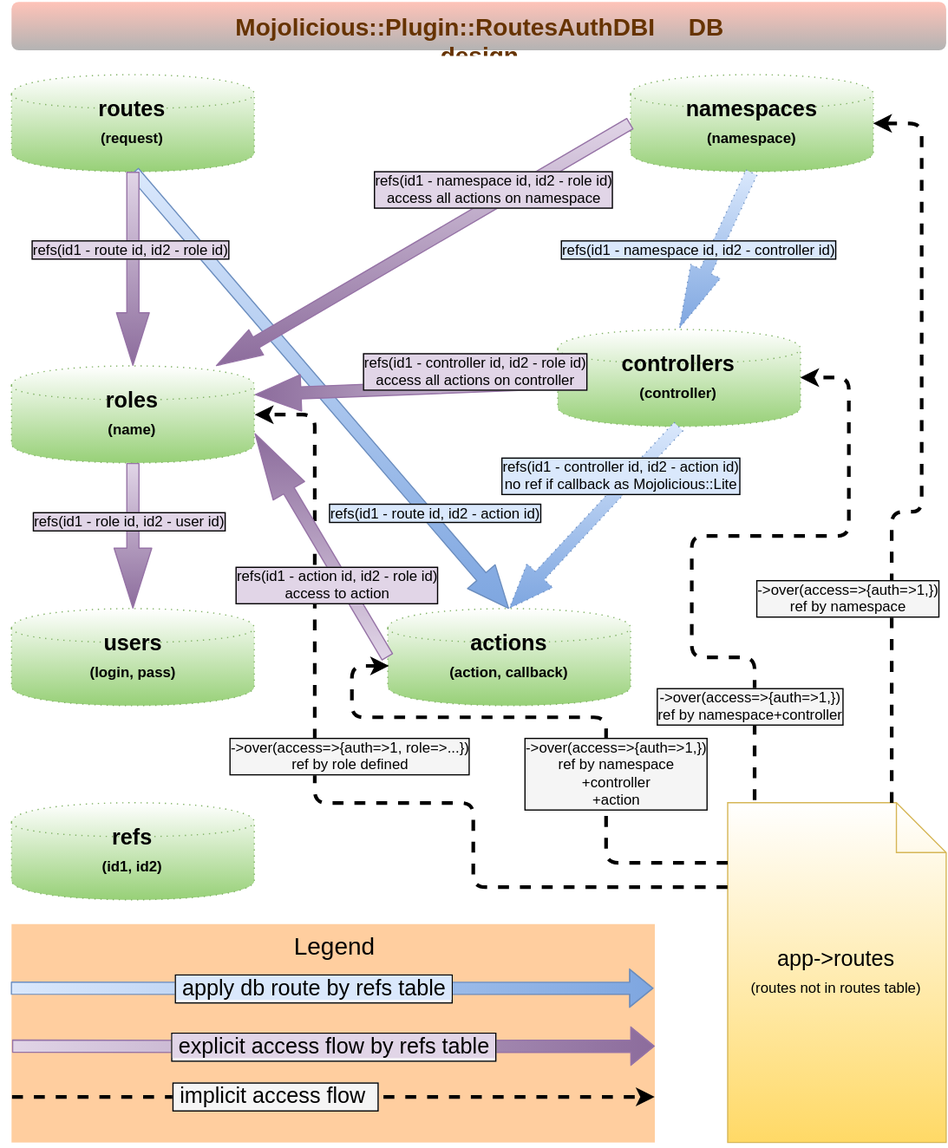
The draw.io diagram Diagram.svg in mche/Mojolicious-Plugin-RoutesAuthDBI, before a commit. Source tidied: cells renumbered, new cells last; positions are measured from the earlier drawing's top-left corner, leaving out a move shared by most shapes.
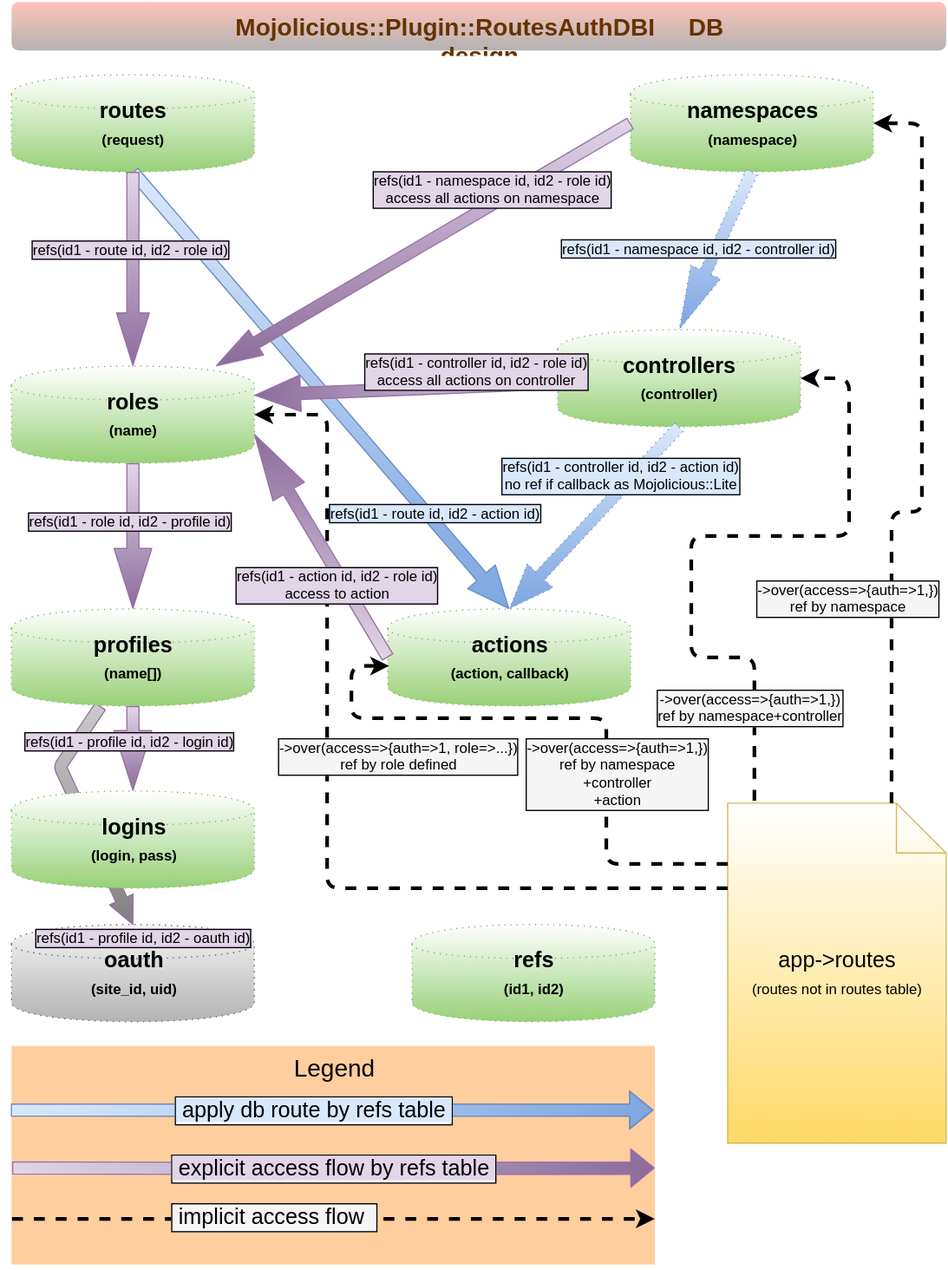
The same diagram one commit later.

What changed in the source:
```diff
@@ -2,6 +2,21 @@
   <root>
     <mxCell id="0" />
     <mxCell id="1" parent="0" />
+    <mxCell id="42" value="oauth&lt;div&gt;&lt;font style=&quot;font-size: 12px&quot;&gt;(site_id, uid)&lt;/font&gt;&lt;/div&gt;" style="shape=cylinder;whiteSpace=wrap;html=1;fontStyle=1;fontSize=18;dashed=1;dashPattern=1 4;plain-gray;" parent="1" vertex="1">
+      <mxGeometry x="1" y="760" width="200" height="80" as="geometry" />
+    </mxCell>
+    <mxCell id="43" style="endArrow=classic;html=1;plain-purple;endWidth=10;entryX=0.5;entryY=0;fillColor=#CCCCCC;gradientColor=#808080;shape=flexArrow;strokeWidth=1;endSize=7.04;" parent="1" edge="1" source="16" target="42">
+      <mxGeometry relative="1" as="geometry">
+        <Array as="points">
+          <mxPoint x="41" y="630" />
+        </Array>
+      </mxGeometry>
+    </mxCell>
+    <mxCell id="44" value="refs(id1 - profile id, id2 - oauth&lt;span style=&quot;line-height: 1.2&quot;&gt;&amp;nbsp;id&lt;/span&gt;&lt;span style=&quot;line-height: 1.2&quot;&gt;)&lt;/span&gt;" style="text;html=1;align=center;verticalAlign=middle;labelBackgroundColor=#E1D5E7;direction=south;rotation=0;labelBorderColor=#000000;" parent="43" vertex="1">
+      <mxGeometry x="-0.21" y="-1" relative="1" as="geometry">
+        <mxPoint x="63" y="122" as="offset" />
+      </mxGeometry>
+    </mxCell>
     <mxCell id="2" style="endArrow=classic;html=1;fontSize=18;entryX=1;entryY=0.5;dashed=1;edgeStyle=orthogonalEdgeStyle;strokeWidth=3;rounded=1;exitX=0.122;exitY=-0.007;exitPerimeter=0;" parent="1" edge="1" source="19" target="4">
       <mxGeometry relative="1" as="geometry">
         <Array as="points">
@@ -60,13 +75,13 @@
         <mxPoint x="33" y="3" as="offset" />
       </mxGeometry>
     </mxCell>
-    <mxCell id="16" value="users&lt;div&gt;&lt;font style=&quot;font-size: 12px&quot;&gt;(login, pass)&lt;/font&gt;&lt;/div&gt;" style="shape=cylinder;whiteSpace=wrap;html=1;plain-green;fontStyle=1;fontSize=18;dashed=1;dashPattern=1 4;fillColor=#FFFFFF;" parent="1" vertex="1">
+    <mxCell id="16" value="profiles&lt;div&gt;&lt;font style=&quot;font-size: 12px&quot;&gt;(name[])&lt;/font&gt;&lt;/div&gt;" style="shape=cylinder;whiteSpace=wrap;html=1;plain-green;fontStyle=1;fontSize=18;dashed=1;dashPattern=1 4;fillColor=#FFFFFF;" parent="1" vertex="1">
       <mxGeometry x="1" y="500" width="200" height="80" as="geometry" />
     </mxCell>
     <mxCell id="17" style="endArrow=classic;html=1;shape=flexArrow;plain-purple;endWidth=20;endSize=16.08;" parent="1" edge="1" source="10" target="16">
       <mxGeometry relative="1" as="geometry" />
     </mxCell>
-    <mxCell id="18" value="refs(id1 - role id, id2 - user id&lt;span style=&quot;line-height: 1.2&quot;&gt;)&lt;/span&gt;" style="text;html=1;align=center;verticalAlign=middle;labelBackgroundColor=#E1D5E7;direction=south;rotation=0;labelBorderColor=#000000;" parent="17" vertex="1">
+    <mxCell id="18" value="refs(id1 - role id, id2 - profile&lt;span style=&quot;line-height: 1.2&quot;&gt;&amp;nbsp;id&lt;/span&gt;&lt;span style=&quot;line-height: 1.2&quot;&gt;)&lt;/span&gt;" style="text;html=1;align=center;verticalAlign=middle;labelBackgroundColor=#E1D5E7;direction=south;rotation=0;labelBorderColor=#000000;" parent="17" vertex="1">
       <mxGeometry x="-0.21" y="-1" relative="1" as="geometry" />
     </mxCell>
     <mxCell id="19" value="app-&amp;gt;routes&lt;div&gt;&lt;font style=&quot;font-size: 12px&quot;&gt;(routes not in routes table)&lt;/font&gt;&lt;/div&gt;" style="shape=note;whiteSpace=wrap;html=1;fontSize=18;plain-yellow;size=41;fillColor=#FFFFFF;shadow=0;comic=0;" parent="1" vertex="1">
@@ -76,44 +91,42 @@
       <mxGeometry relative="1" as="geometry">
         <mxPoint x="591" y="730" as="sourcePoint" />
         <Array as="points">
-          <mxPoint x="381" y="730" />
-          <mxPoint x="381" y="660" />
-          <mxPoint x="251" y="660" />
-          <mxPoint x="251" y="340" />
+          <mxPoint x="261" y="730" />
+          <mxPoint x="261" y="340" />
         </Array>
       </mxGeometry>
     </mxCell>
     <mxCell id="21" value="-&amp;gt;over(access=&amp;gt;{auth=&amp;gt;1, role=&amp;gt;...})&lt;div&gt;ref by role defined&lt;/div&gt;" style="text;html=1;align=center;verticalAlign=middle;labelBackgroundColor=#F5F5F5;fontSize=12;labelBorderColor=#000000;" parent="20" vertex="1">
       <mxGeometry x="-0.25" y="7" relative="1" as="geometry">
-        <mxPoint x="-86" y="-47" as="offset" />
+        <mxPoint x="24" y="-117" as="offset" />
       </mxGeometry>
     </mxCell>
     <mxCell id="22" value="&lt;font style=&quot;font-size: 20px&quot;&gt;Legend&lt;/font&gt;&lt;div style=&quot;text-align: left&quot;&gt;&lt;br&gt;&lt;/div&gt;" style="text;html=1;strokeColor=none;fillColor=#FFCE9F;align=center;verticalAlign=top;whiteSpace=wrap;overflow=hidden;fontSize=14;labelBorderColor=none;shadow=0;rounded=0;glass=0;" parent="1" vertex="1">
-      <mxGeometry x="1" y="760" width="530" height="180" as="geometry" />
+      <mxGeometry x="1" y="860" width="530" height="180" as="geometry" />
     </mxCell>
     <mxCell id="23" value="&lt;span style=&quot;background-color: rgb(218 , 232 , 252)&quot;&gt;&amp;nbsp;apply db route by refs table&amp;nbsp;&lt;/span&gt;" style="endArrow=classic;html=1;shape=flexArrow;entryX=1;entryY=0.25;plain-blue;exitX=0;exitY=0.25;labelBorderColor=#000000;fontSize=18;align=center;gradientDirection=east;" parent="1" edge="1">
       <mxGeometry y="15" relative="1" as="geometry">
-        <mxPoint x="0.4" y="812.8" as="sourcePoint" />
-        <mxPoint x="529.8" y="812.8" as="targetPoint" />
+        <mxPoint x="0.4" y="912.8" as="sourcePoint" />
+        <mxPoint x="529.8" y="912.8" as="targetPoint" />
         <Array as="points">
-          <mxPoint x="265" y="813" />
+          <mxPoint x="265" y="913" />
         </Array>
         <mxPoint x="-15" y="15" as="offset" />
       </mxGeometry>
     </mxCell>
     <mxCell id="24" value="&lt;span style=&quot;background-color: rgb(225 , 213 , 231)&quot;&gt;&amp;nbsp;explicit access flow by refs table&amp;nbsp;&lt;/span&gt;" style="endArrow=classic;html=1;shape=flexArrow;plain-purple;exitX=0;exitY=0.5;entryX=1;entryY=0.5;fontSize=18;labelBorderColor=#000000;align=center;gradientDirection=east;" parent="1" edge="1">
       <mxGeometry relative="1" as="geometry">
-        <mxPoint x="1.4" y="860.5" as="sourcePoint" />
-        <mxPoint x="530.8" y="860.5" as="targetPoint" />
+        <mxPoint x="1.4" y="960.5" as="sourcePoint" />
+        <mxPoint x="530.8" y="960.5" as="targetPoint" />
         <Array as="points">
-          <mxPoint x="266" y="861" />
+          <mxPoint x="266" y="961" />
         </Array>
       </mxGeometry>
     </mxCell>
     <mxCell id="25" style="endArrow=classic;html=1;dashed=1;strokeWidth=3;fontSize=14;align=center;exitX=0;exitY=0.75;entryX=1;entryY=0.75;" parent="1" edge="1">
       <mxGeometry relative="1" as="geometry">
-        <mxPoint x="1.4" y="902.4" as="sourcePoint" />
-        <mxPoint x="530.8" y="902.4" as="targetPoint" />
+        <mxPoint x="1.4" y="1002.4" as="sourcePoint" />
+        <mxPoint x="530.8" y="1002.4" as="targetPoint" />
       </mxGeometry>
     </mxCell>
     <mxCell id="26" value="&amp;nbsp;implicit access flow &amp;nbsp;" style="text;html=1;align=center;verticalAlign=middle;labelBackgroundColor=#F5F5F5;fontSize=18;labelBorderColor=#000000;spacingLeft=0;horizontal=1;" parent="25" vertex="1">
@@ -187,7 +200,16 @@
       </mxGeometry>
     </mxCell>
     <mxCell id="41" value="&lt;div&gt;&lt;font&gt;refs&lt;/font&gt;&lt;/div&gt;&lt;div&gt;&lt;font style=&quot;font-size: 12px&quot;&gt;(id1, id2)&lt;/font&gt;&lt;/div&gt;" style="shape=cylinder;whiteSpace=wrap;html=1;plain-green;fontStyle=1;fontSize=18;dashed=1;dashPattern=1 4;fillColor=#FFFFFF;" parent="1" vertex="1">
-      <mxGeometry x="1" y="660" width="200" height="80" as="geometry" />
+      <mxGeometry x="331" y="760" width="200" height="80" as="geometry" />
     </mxCell>
+    <mxCell id="45" value="logins&lt;div&gt;&lt;font style=&quot;font-size: 12px&quot;&gt;(login, pass)&lt;/font&gt;&lt;/div&gt;" style="shape=cylinder;whiteSpace=wrap;html=1;plain-green;fontStyle=1;fontSize=18;dashed=1;dashPattern=1 4;fillColor=#FFFFFF;" parent="1" vertex="1">
+      <mxGeometry x="1" y="650" width="200" height="80" as="geometry" />
+    </mxCell>
+    <mxCell id="46" style="endArrow=classic;html=1;shape=flexArrow;plain-purple;endWidth=20;endSize=16.08;exitX=0.5;exitY=1;entryX=0.5;entryY=0;" parent="1" edge="1" source="16" target="45">
+      <mxGeometry relative="1" as="geometry" />
+    </mxCell>
+    <mxCell id="47" value="refs(id1 - profile id, id2 - login id&lt;span style=&quot;line-height: 1.2&quot;&gt;)&lt;/span&gt;" style="text;html=1;align=center;verticalAlign=middle;labelBackgroundColor=#E1D5E7;direction=south;rotation=0;labelBorderColor=#000000;" parent="46" vertex="1">
+      <mxGeometry x="-0.21" y="-1" relative="1" as="geometry" />
+    </mxCell>
   </root>
 </mxGraphModel>
```
